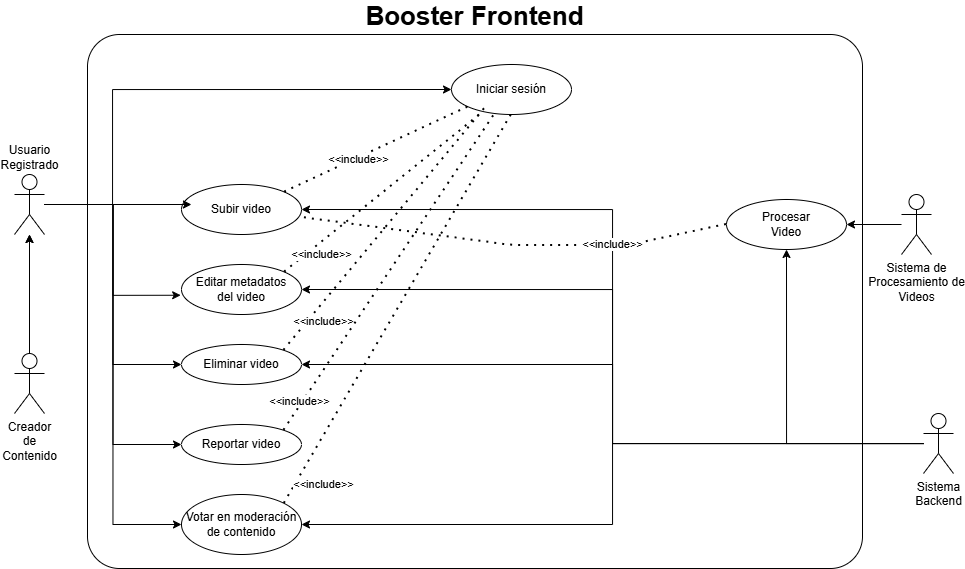
This is thesis/tfg_latex_etsiinf-2023.06.01/casos-uso/subir-video.png from SamC4r/tEfEgE, a draw.io export, as it was before one commit. Source tidied: cells renumbered, new cells last; positions are measured from the earlier drawing's top-left corner, leaving out a move shared by most shapes. The source it was exported from:
```xml
<mxGraphModel background="#FFFFFF">
  <root>
    <mxCell id="0" />
    <mxCell id="1" parent="0" />
    <mxCell id="2" value="&lt;b&gt;&lt;font style=&quot;font-size: 26px;&quot; face=&quot;Helvetica&quot;&gt;Booster Frontend&lt;/font&gt;&lt;/b&gt;" style="rounded=1;whiteSpace=wrap;html=1;labelPosition=center;verticalLabelPosition=top;align=center;verticalAlign=bottom;glass=0;arcSize=6;" parent="1" vertex="1">
      <mxGeometry x="73" width="775" height="534" as="geometry" />
    </mxCell>
    <mxCell id="3" value="Iniciar sesión" style="ellipse;whiteSpace=wrap;html=1;" parent="1" vertex="1">
      <mxGeometry x="437" y="30" width="120" height="50" as="geometry" />
    </mxCell>
    <mxCell id="4" value="Subir video" style="ellipse;whiteSpace=wrap;html=1;" parent="1" vertex="1">
      <mxGeometry x="167" y="150" width="120" height="50" as="geometry" />
    </mxCell>
    <mxCell id="5" value="Editar metadatos&lt;div&gt;del video&lt;/div&gt;" style="ellipse;whiteSpace=wrap;html=1;" parent="1" vertex="1">
      <mxGeometry x="167" y="230" width="120" height="50" as="geometry" />
    </mxCell>
    <mxCell id="6" value="Eliminar video" style="ellipse;whiteSpace=wrap;html=1;" parent="1" vertex="1">
      <mxGeometry x="167" y="310" width="120" height="40" as="geometry" />
    </mxCell>
    <mxCell id="7" value="Votar en moderación de contenido" style="ellipse;whiteSpace=wrap;html=1;" parent="1" vertex="1">
      <mxGeometry x="167" y="460" width="120" height="60" as="geometry" />
    </mxCell>
    <mxCell id="8" style="edgeStyle=orthogonalEdgeStyle;rounded=0;jettySize=auto;html=1;" parent="1" edge="1" source="10" target="15">
      <mxGeometry relative="1" as="geometry" />
    </mxCell>
    <mxCell id="9" style="edgeStyle=orthogonalEdgeStyle;rounded=0;jettySize=auto;html=1;" parent="1" edge="1" source="10" target="15">
      <mxGeometry relative="1" as="geometry" />
    </mxCell>
    <mxCell id="10" value="Creador&lt;div&gt;de&lt;/div&gt;&lt;div&gt;Contenido&lt;/div&gt;" style="shape=umlActor;verticalLabelPosition=bottom;verticalAlign=top;html=1;outlineConnect=0;" parent="1" vertex="1">
      <mxGeometry y="319" width="30" height="60" as="geometry" />
    </mxCell>
    <mxCell id="11" style="edgeStyle=orthogonalEdgeStyle;rounded=0;jettySize=auto;html=1;entryX=0;entryY=0.5;entryDx=0;entryDy=0;" parent="1" edge="1" source="15" target="3">
      <mxGeometry relative="1" as="geometry">
        <Array as="points">
          <mxPoint x="98" y="170" />
          <mxPoint x="98" y="55" />
        </Array>
      </mxGeometry>
    </mxCell>
    <mxCell id="12" style="edgeStyle=orthogonalEdgeStyle;rounded=0;jettySize=auto;html=1;entryX=0;entryY=0.5;entryDx=0;entryDy=0;" parent="1" edge="1" source="15" target="6">
      <mxGeometry relative="1" as="geometry" />
    </mxCell>
    <mxCell id="13" style="edgeStyle=orthogonalEdgeStyle;rounded=0;jettySize=auto;html=1;entryX=0;entryY=0.5;entryDx=0;entryDy=0;" parent="1" edge="1" source="15" target="7">
      <mxGeometry relative="1" as="geometry" />
    </mxCell>
    <mxCell id="14" style="edgeStyle=orthogonalEdgeStyle;rounded=0;jettySize=auto;html=1;entryX=0;entryY=0.5;entryDx=0;entryDy=0;" parent="1" edge="1" source="15" target="33">
      <mxGeometry relative="1" as="geometry" />
    </mxCell>
    <mxCell id="15" value="Usuario&lt;div&gt;Registrado&lt;/div&gt;" style="shape=umlActor;verticalLabelPosition=top;verticalAlign=bottom;html=1;outlineConnect=0;labelPosition=center;align=center;" parent="1" vertex="1">
      <mxGeometry y="140" width="30" height="60" as="geometry" />
    </mxCell>
    <mxCell id="16" style="edgeStyle=orthogonalEdgeStyle;rounded=0;jettySize=auto;html=1;entryX=0.083;entryY=0.4;entryDx=0;entryDy=0;entryPerimeter=0;" parent="1" edge="1" source="15" target="4">
      <mxGeometry relative="1" as="geometry" />
    </mxCell>
    <mxCell id="17" style="edgeStyle=orthogonalEdgeStyle;rounded=0;jettySize=auto;html=1;entryX=-0.007;entryY=0.615;entryDx=0;entryDy=0;entryPerimeter=0;" parent="1" edge="1" source="15" target="5">
      <mxGeometry relative="1" as="geometry" />
    </mxCell>
    <mxCell id="18" style="edgeStyle=orthogonalEdgeStyle;rounded=0;jettySize=auto;html=1;entryX=1;entryY=0.5;entryDx=0;entryDy=0;" parent="1" edge="1" source="23" target="7">
      <mxGeometry relative="1" as="geometry" />
    </mxCell>
    <mxCell id="19" style="edgeStyle=orthogonalEdgeStyle;rounded=0;jettySize=auto;html=1;entryX=1;entryY=0.5;entryDx=0;entryDy=0;" parent="1" edge="1" source="23" target="6">
      <mxGeometry relative="1" as="geometry" />
    </mxCell>
    <mxCell id="20" style="edgeStyle=orthogonalEdgeStyle;rounded=0;jettySize=auto;html=1;entryX=1;entryY=0.5;entryDx=0;entryDy=0;" parent="1" edge="1" source="23" target="5">
      <mxGeometry relative="1" as="geometry" />
    </mxCell>
    <mxCell id="21" style="edgeStyle=orthogonalEdgeStyle;rounded=0;jettySize=auto;html=1;entryX=1;entryY=0.5;entryDx=0;entryDy=0;" parent="1" edge="1" source="23" target="4">
      <mxGeometry relative="1" as="geometry" />
    </mxCell>
    <mxCell id="22" style="edgeStyle=orthogonalEdgeStyle;rounded=0;jettySize=auto;html=1;entryX=0.5;entryY=1;entryDx=0;entryDy=0;" parent="1" edge="1" source="23" target="32">
      <mxGeometry relative="1" as="geometry" />
    </mxCell>
    <mxCell id="23" value="Sistema&lt;div&gt;Backend&lt;/div&gt;" style="shape=umlActor;verticalLabelPosition=bottom;verticalAlign=top;html=1;outlineConnect=0;labelPosition=center;align=center;" parent="1" vertex="1">
      <mxGeometry x="909" y="379" width="30" height="60" as="geometry" />
    </mxCell>
    <mxCell id="24" style="endArrow=none;dashed=1;html=1;dashPattern=1 3;strokeWidth=2;rounded=0;exitX=1;exitY=0;exitDx=0;exitDy=0;entryX=0;entryY=1;entryDx=0;entryDy=0;" parent="1" edge="1" source="4" target="3">
      <mxGeometry relative="1" as="geometry" />
    </mxCell>
    <mxCell id="25" value="&amp;lt;&amp;lt;include&amp;gt;&amp;gt;" style="edgeLabel;html=1;align=center;verticalAlign=middle;" parent="24" vertex="1">
      <mxGeometry x="-0.22" y="-1" relative="1" as="geometry" />
    </mxCell>
    <mxCell id="26" style="endArrow=none;dashed=1;html=1;dashPattern=1 3;strokeWidth=2;rounded=0;exitX=1;exitY=0;exitDx=0;exitDy=0;" parent="1" edge="1" source="5" target="3">
      <mxGeometry relative="1" as="geometry" />
    </mxCell>
    <mxCell id="27" value="&amp;lt;&amp;lt;include&amp;gt;&amp;gt;" style="edgeLabel;html=1;align=center;verticalAlign=middle;" parent="26" vertex="1">
      <mxGeometry x="-0.22" y="-1" relative="1" as="geometry">
        <mxPoint x="-42" y="44" as="offset" />
      </mxGeometry>
    </mxCell>
    <mxCell id="28" style="endArrow=none;dashed=1;html=1;dashPattern=1 3;strokeWidth=2;rounded=0;exitX=1;exitY=0;exitDx=0;exitDy=0;" parent="1" edge="1" source="6">
      <mxGeometry relative="1" as="geometry">
        <mxPoint x="471" y="73" as="targetPoint" />
      </mxGeometry>
    </mxCell>
    <mxCell id="29" value="&amp;lt;&amp;lt;include&amp;gt;&amp;gt;" style="edgeLabel;html=1;align=center;verticalAlign=middle;" parent="28" vertex="1">
      <mxGeometry x="-0.22" y="-1" relative="1" as="geometry">
        <mxPoint x="-41" y="66" as="offset" />
      </mxGeometry>
    </mxCell>
    <mxCell id="30" style="endArrow=none;dashed=1;html=1;dashPattern=1 3;strokeWidth=2;rounded=0;exitX=1;exitY=0;exitDx=0;exitDy=0;entryX=0.5;entryY=1;entryDx=0;entryDy=0;" parent="1" edge="1" source="7" target="3">
      <mxGeometry relative="1" as="geometry" />
    </mxCell>
    <mxCell id="31" value="&amp;lt;&amp;lt;include&amp;gt;&amp;gt;" style="edgeLabel;html=1;align=center;verticalAlign=middle;" parent="30" vertex="1">
      <mxGeometry x="-0.22" y="-1" relative="1" as="geometry">
        <mxPoint x="-51" y="133" as="offset" />
      </mxGeometry>
    </mxCell>
    <mxCell id="32" value="Procesar&lt;div&gt;Video&lt;/div&gt;" style="ellipse;whiteSpace=wrap;html=1;" parent="1" vertex="1">
      <mxGeometry x="712" y="165" width="120" height="50" as="geometry" />
    </mxCell>
    <mxCell id="33" value="Reportar video" style="ellipse;whiteSpace=wrap;html=1;" parent="1" vertex="1">
      <mxGeometry x="167" y="390" width="120" height="40" as="geometry" />
    </mxCell>
    <mxCell id="34" style="endArrow=none;dashed=1;html=1;dashPattern=1 3;strokeWidth=2;rounded=0;exitX=1;exitY=0;exitDx=0;exitDy=0;entryX=0.367;entryY=0.97;entryDx=0;entryDy=0;entryPerimeter=0;" parent="1" edge="1" source="33" target="3">
      <mxGeometry relative="1" as="geometry" />
    </mxCell>
    <mxCell id="35" value="&amp;lt;&amp;lt;include&amp;gt;&amp;gt;" style="edgeLabel;html=1;align=center;verticalAlign=middle;" parent="34" vertex="1">
      <mxGeometry x="-0.22" y="-1" relative="1" as="geometry">
        <mxPoint x="-69" y="94" as="offset" />
      </mxGeometry>
    </mxCell>
    <mxCell id="36" style="edgeStyle=orthogonalEdgeStyle;rounded=0;jettySize=auto;html=1;entryX=1;entryY=0.5;entryDx=0;entryDy=0;" parent="1" edge="1" source="37" target="32">
      <mxGeometry relative="1" as="geometry" />
    </mxCell>
    <mxCell id="37" value="Sistema de&lt;div&gt;Procesamiento de&lt;/div&gt;&lt;div&gt;Videos&lt;/div&gt;" style="shape=umlActor;verticalLabelPosition=bottom;verticalAlign=top;html=1;outlineConnect=0;labelPosition=center;align=center;" parent="1" vertex="1">
      <mxGeometry x="887" y="160" width="30" height="60" as="geometry" />
    </mxCell>
    <mxCell id="38" style="endArrow=none;dashed=1;html=1;dashPattern=1 3;strokeWidth=2;rounded=1;exitX=0;exitY=0.5;exitDx=0;exitDy=0;curved=0;" parent="1" edge="1" source="32" target="4">
      <mxGeometry relative="1" as="geometry">
        <Array as="points">
          <mxPoint x="614" y="211" />
          <mxPoint x="498" y="211" />
        </Array>
      </mxGeometry>
    </mxCell>
    <mxCell id="39" value="&amp;lt;&amp;lt;include&amp;gt;&amp;gt;" style="edgeLabel;html=1;align=center;verticalAlign=middle;" parent="38" vertex="1">
      <mxGeometry x="-0.62" y="-1" relative="1" as="geometry">
        <mxPoint x="-35" y="3" as="offset" />
      </mxGeometry>
    </mxCell>
  </root>
</mxGraphModel>
```
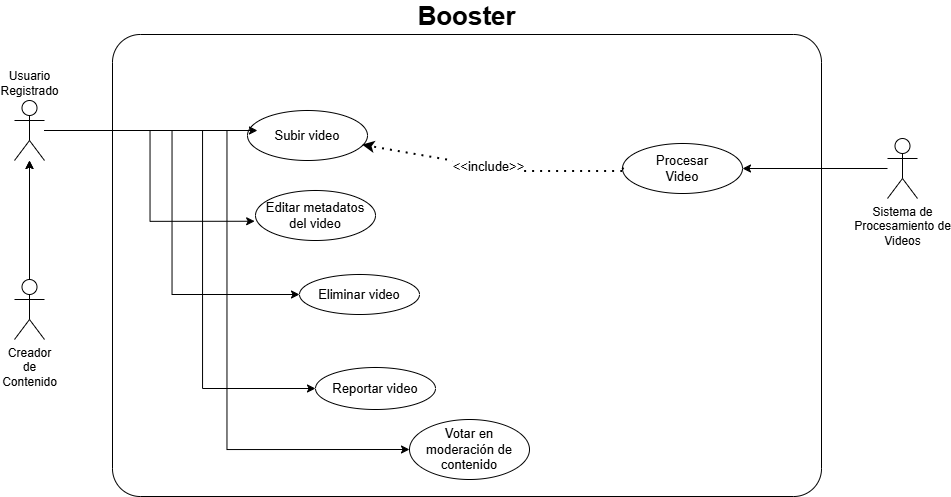
After the commit.

What changed in the source:
```diff
@@ -2,23 +2,20 @@
   <root>
     <mxCell id="0" />
     <mxCell id="1" parent="0" />
-    <mxCell id="2" value="&lt;b&gt;&lt;font style=&quot;font-size: 26px;&quot; face=&quot;Helvetica&quot;&gt;Booster Frontend&lt;/font&gt;&lt;/b&gt;" style="rounded=1;whiteSpace=wrap;html=1;labelPosition=center;verticalLabelPosition=top;align=center;verticalAlign=bottom;glass=0;arcSize=6;" parent="1" vertex="1">
-      <mxGeometry x="73" width="775" height="534" as="geometry" />
+    <mxCell id="2" value="&lt;b&gt;&lt;font style=&quot;font-size: 26px;&quot; face=&quot;Helvetica&quot;&gt;Booster&lt;/font&gt;&lt;/b&gt;" style="rounded=1;whiteSpace=wrap;html=1;labelPosition=center;verticalLabelPosition=top;align=center;verticalAlign=bottom;glass=0;arcSize=6;" parent="1" vertex="1">
+      <mxGeometry x="98" y="74" width="709" height="462" as="geometry" />
     </mxCell>
-    <mxCell id="3" value="Iniciar sesión" style="ellipse;whiteSpace=wrap;html=1;" parent="1" vertex="1">
-      <mxGeometry x="437" y="30" width="120" height="50" as="geometry" />
-    </mxCell>
-    <mxCell id="4" value="Subir video" style="ellipse;whiteSpace=wrap;html=1;" parent="1" vertex="1">
-      <mxGeometry x="167" y="150" width="120" height="50" as="geometry" />
+    <mxCell id="4" value="Subir video" style="ellipse;whiteSpace=wrap;html=1;fontSize=13;" parent="1" vertex="1">
+      <mxGeometry x="233" y="150" width="120" height="50" as="geometry" />
     </mxCell>
-    <mxCell id="5" value="Editar metadatos&lt;div&gt;del video&lt;/div&gt;" style="ellipse;whiteSpace=wrap;html=1;" parent="1" vertex="1">
-      <mxGeometry x="167" y="230" width="120" height="50" as="geometry" />
+    <mxCell id="5" value="Editar metadatos&lt;div&gt;del video&lt;/div&gt;" style="ellipse;whiteSpace=wrap;html=1;fontSize=13;" parent="1" vertex="1">
+      <mxGeometry x="241" y="230" width="120" height="50" as="geometry" />
     </mxCell>
-    <mxCell id="6" value="Eliminar video" style="ellipse;whiteSpace=wrap;html=1;" parent="1" vertex="1">
-      <mxGeometry x="167" y="310" width="120" height="40" as="geometry" />
+    <mxCell id="6" value="Eliminar video" style="ellipse;whiteSpace=wrap;html=1;fontSize=13;" parent="1" vertex="1">
+      <mxGeometry x="285" y="314" width="120" height="40" as="geometry" />
     </mxCell>
-    <mxCell id="7" value="Votar en moderación de contenido" style="ellipse;whiteSpace=wrap;html=1;" parent="1" vertex="1">
-      <mxGeometry x="167" y="460" width="120" height="60" as="geometry" />
+    <mxCell id="7" value="Votar en moderación de contenido" style="ellipse;whiteSpace=wrap;html=1;fontSize=13;" parent="1" vertex="1">
+      <mxGeometry x="395" y="459" width="120" height="60" as="geometry" />
     </mxCell>
     <mxCell id="8" style="edgeStyle=orthogonalEdgeStyle;rounded=0;jettySize=auto;html=1;" parent="1" edge="1" source="10" target="15">
       <mxGeometry relative="1" as="geometry" />
@@ -29,14 +26,6 @@
     <mxCell id="10" value="Creador&lt;div&gt;de&lt;/div&gt;&lt;div&gt;Contenido&lt;/div&gt;" style="shape=umlActor;verticalLabelPosition=bottom;verticalAlign=top;html=1;outlineConnect=0;" parent="1" vertex="1">
       <mxGeometry y="319" width="30" height="60" as="geometry" />
     </mxCell>
-    <mxCell id="11" style="edgeStyle=orthogonalEdgeStyle;rounded=0;jettySize=auto;html=1;entryX=0;entryY=0.5;entryDx=0;entryDy=0;" parent="1" edge="1" source="15" target="3">
-      <mxGeometry relative="1" as="geometry">
-        <Array as="points">
-          <mxPoint x="98" y="170" />
-          <mxPoint x="98" y="55" />
-        </Array>
-      </mxGeometry>
-    </mxCell>
     <mxCell id="12" style="edgeStyle=orthogonalEdgeStyle;rounded=0;jettySize=auto;html=1;entryX=0;entryY=0.5;entryDx=0;entryDy=0;" parent="1" edge="1" source="15" target="6">
       <mxGeometry relative="1" as="geometry" />
     </mxCell>
@@ -44,7 +33,12 @@
       <mxGeometry relative="1" as="geometry" />
     </mxCell>
     <mxCell id="14" style="edgeStyle=orthogonalEdgeStyle;rounded=0;jettySize=auto;html=1;entryX=0;entryY=0.5;entryDx=0;entryDy=0;" parent="1" edge="1" source="15" target="33">
-      <mxGeometry relative="1" as="geometry" />
+      <mxGeometry relative="1" as="geometry">
+        <Array as="points">
+          <mxPoint x="188" y="170" />
+          <mxPoint x="188" y="428" />
+        </Array>
+      </mxGeometry>
     </mxCell>
     <mxCell id="15" value="Usuario&lt;div&gt;Registrado&lt;/div&gt;" style="shape=umlActor;verticalLabelPosition=top;verticalAlign=bottom;html=1;outlineConnect=0;labelPosition=center;align=center;" parent="1" vertex="1">
       <mxGeometry y="140" width="30" height="60" as="geometry" />
@@ -55,77 +49,19 @@
     <mxCell id="17" style="edgeStyle=orthogonalEdgeStyle;rounded=0;jettySize=auto;html=1;entryX=-0.007;entryY=0.615;entryDx=0;entryDy=0;entryPerimeter=0;" parent="1" edge="1" source="15" target="5">
       <mxGeometry relative="1" as="geometry" />
     </mxCell>
-    <mxCell id="18" style="edgeStyle=orthogonalEdgeStyle;rounded=0;jettySize=auto;html=1;entryX=1;entryY=0.5;entryDx=0;entryDy=0;" parent="1" edge="1" source="23" target="7">
-      <mxGeometry relative="1" as="geometry" />
-    </mxCell>
-    <mxCell id="19" style="edgeStyle=orthogonalEdgeStyle;rounded=0;jettySize=auto;html=1;entryX=1;entryY=0.5;entryDx=0;entryDy=0;" parent="1" edge="1" source="23" target="6">
-      <mxGeometry relative="1" as="geometry" />
-    </mxCell>
-    <mxCell id="20" style="edgeStyle=orthogonalEdgeStyle;rounded=0;jettySize=auto;html=1;entryX=1;entryY=0.5;entryDx=0;entryDy=0;" parent="1" edge="1" source="23" target="5">
-      <mxGeometry relative="1" as="geometry" />
-    </mxCell>
-    <mxCell id="21" style="edgeStyle=orthogonalEdgeStyle;rounded=0;jettySize=auto;html=1;entryX=1;entryY=0.5;entryDx=0;entryDy=0;" parent="1" edge="1" source="23" target="4">
-      <mxGeometry relative="1" as="geometry" />
-    </mxCell>
-    <mxCell id="22" style="edgeStyle=orthogonalEdgeStyle;rounded=0;jettySize=auto;html=1;entryX=0.5;entryY=1;entryDx=0;entryDy=0;" parent="1" edge="1" source="23" target="32">
-      <mxGeometry relative="1" as="geometry" />
-    </mxCell>
-    <mxCell id="23" value="Sistema&lt;div&gt;Backend&lt;/div&gt;" style="shape=umlActor;verticalLabelPosition=bottom;verticalAlign=top;html=1;outlineConnect=0;labelPosition=center;align=center;" parent="1" vertex="1">
-      <mxGeometry x="909" y="379" width="30" height="60" as="geometry" />
-    </mxCell>
-    <mxCell id="24" style="endArrow=none;dashed=1;html=1;dashPattern=1 3;strokeWidth=2;rounded=0;exitX=1;exitY=0;exitDx=0;exitDy=0;entryX=0;entryY=1;entryDx=0;entryDy=0;" parent="1" edge="1" source="4" target="3">
-      <mxGeometry relative="1" as="geometry" />
-    </mxCell>
-    <mxCell id="25" value="&amp;lt;&amp;lt;include&amp;gt;&amp;gt;" style="edgeLabel;html=1;align=center;verticalAlign=middle;" parent="24" vertex="1">
-      <mxGeometry x="-0.22" y="-1" relative="1" as="geometry" />
-    </mxCell>
-    <mxCell id="26" style="endArrow=none;dashed=1;html=1;dashPattern=1 3;strokeWidth=2;rounded=0;exitX=1;exitY=0;exitDx=0;exitDy=0;" parent="1" edge="1" source="5" target="3">
-      <mxGeometry relative="1" as="geometry" />
-    </mxCell>
-    <mxCell id="27" value="&amp;lt;&amp;lt;include&amp;gt;&amp;gt;" style="edgeLabel;html=1;align=center;verticalAlign=middle;" parent="26" vertex="1">
-      <mxGeometry x="-0.22" y="-1" relative="1" as="geometry">
-        <mxPoint x="-42" y="44" as="offset" />
-      </mxGeometry>
-    </mxCell>
-    <mxCell id="28" style="endArrow=none;dashed=1;html=1;dashPattern=1 3;strokeWidth=2;rounded=0;exitX=1;exitY=0;exitDx=0;exitDy=0;" parent="1" edge="1" source="6">
-      <mxGeometry relative="1" as="geometry">
-        <mxPoint x="471" y="73" as="targetPoint" />
-      </mxGeometry>
-    </mxCell>
-    <mxCell id="29" value="&amp;lt;&amp;lt;include&amp;gt;&amp;gt;" style="edgeLabel;html=1;align=center;verticalAlign=middle;" parent="28" vertex="1">
-      <mxGeometry x="-0.22" y="-1" relative="1" as="geometry">
-        <mxPoint x="-41" y="66" as="offset" />
-      </mxGeometry>
-    </mxCell>
-    <mxCell id="30" style="endArrow=none;dashed=1;html=1;dashPattern=1 3;strokeWidth=2;rounded=0;exitX=1;exitY=0;exitDx=0;exitDy=0;entryX=0.5;entryY=1;entryDx=0;entryDy=0;" parent="1" edge="1" source="7" target="3">
-      <mxGeometry relative="1" as="geometry" />
-    </mxCell>
-    <mxCell id="31" value="&amp;lt;&amp;lt;include&amp;gt;&amp;gt;" style="edgeLabel;html=1;align=center;verticalAlign=middle;" parent="30" vertex="1">
-      <mxGeometry x="-0.22" y="-1" relative="1" as="geometry">
-        <mxPoint x="-51" y="133" as="offset" />
-      </mxGeometry>
-    </mxCell>
-    <mxCell id="32" value="Procesar&lt;div&gt;Video&lt;/div&gt;" style="ellipse;whiteSpace=wrap;html=1;" parent="1" vertex="1">
-      <mxGeometry x="712" y="165" width="120" height="50" as="geometry" />
+    <mxCell id="32" value="Procesar&lt;div&gt;Video&lt;/div&gt;" style="ellipse;whiteSpace=wrap;html=1;fontSize=13;" parent="1" vertex="1">
+      <mxGeometry x="608" y="183" width="120" height="50" as="geometry" />
     </mxCell>
-    <mxCell id="33" value="Reportar video" style="ellipse;whiteSpace=wrap;html=1;" parent="1" vertex="1">
-      <mxGeometry x="167" y="390" width="120" height="40" as="geometry" />
+    <mxCell id="33" value="Reportar video" style="ellipse;whiteSpace=wrap;html=1;fontSize=13;" parent="1" vertex="1">
+      <mxGeometry x="301" y="407" width="120" height="42" as="geometry" />
     </mxCell>
-    <mxCell id="34" style="endArrow=none;dashed=1;html=1;dashPattern=1 3;strokeWidth=2;rounded=0;exitX=1;exitY=0;exitDx=0;exitDy=0;entryX=0.367;entryY=0.97;entryDx=0;entryDy=0;entryPerimeter=0;" parent="1" edge="1" source="33" target="3">
-      <mxGeometry relative="1" as="geometry" />
-    </mxCell>
-    <mxCell id="35" value="&amp;lt;&amp;lt;include&amp;gt;&amp;gt;" style="edgeLabel;html=1;align=center;verticalAlign=middle;" parent="34" vertex="1">
-      <mxGeometry x="-0.22" y="-1" relative="1" as="geometry">
-        <mxPoint x="-69" y="94" as="offset" />
-      </mxGeometry>
-    </mxCell>
     <mxCell id="36" style="edgeStyle=orthogonalEdgeStyle;rounded=0;jettySize=auto;html=1;entryX=1;entryY=0.5;entryDx=0;entryDy=0;" parent="1" edge="1" source="37" target="32">
       <mxGeometry relative="1" as="geometry" />
     </mxCell>
     <mxCell id="37" value="Sistema de&lt;div&gt;Procesamiento de&lt;/div&gt;&lt;div&gt;Videos&lt;/div&gt;" style="shape=umlActor;verticalLabelPosition=bottom;verticalAlign=top;html=1;outlineConnect=0;labelPosition=center;align=center;" parent="1" vertex="1">
-      <mxGeometry x="887" y="160" width="30" height="60" as="geometry" />
+      <mxGeometry x="873" y="178" width="30" height="60" as="geometry" />
     </mxCell>
-    <mxCell id="38" style="endArrow=none;dashed=1;html=1;dashPattern=1 3;strokeWidth=2;rounded=1;exitX=0;exitY=0.5;exitDx=0;exitDy=0;curved=0;" parent="1" edge="1" source="32" target="4">
+    <mxCell id="38" style="endArrow=classic;dashed=1;html=1;dashPattern=1 3;strokeWidth=2;rounded=1;exitX=0;exitY=0.5;exitDx=0;exitDy=0;curved=0;endFill=1;" parent="1" edge="1" source="32" target="4">
       <mxGeometry relative="1" as="geometry">
         <Array as="points">
           <mxPoint x="614" y="211" />
@@ -133,9 +69,9 @@
         </Array>
       </mxGeometry>
     </mxCell>
-    <mxCell id="39" value="&amp;lt;&amp;lt;include&amp;gt;&amp;gt;" style="edgeLabel;html=1;align=center;verticalAlign=middle;" parent="38" vertex="1">
+    <mxCell id="39" value="&amp;lt;&amp;lt;include&amp;gt;&amp;gt;" style="edgeLabel;html=1;align=center;verticalAlign=middle;fontSize=13;" parent="38" vertex="1">
       <mxGeometry x="-0.62" y="-1" relative="1" as="geometry">
-        <mxPoint x="-35" y="3" as="offset" />
+        <mxPoint x="-96" y="-5" as="offset" />
       </mxGeometry>
     </mxCell>
   </root>
```
